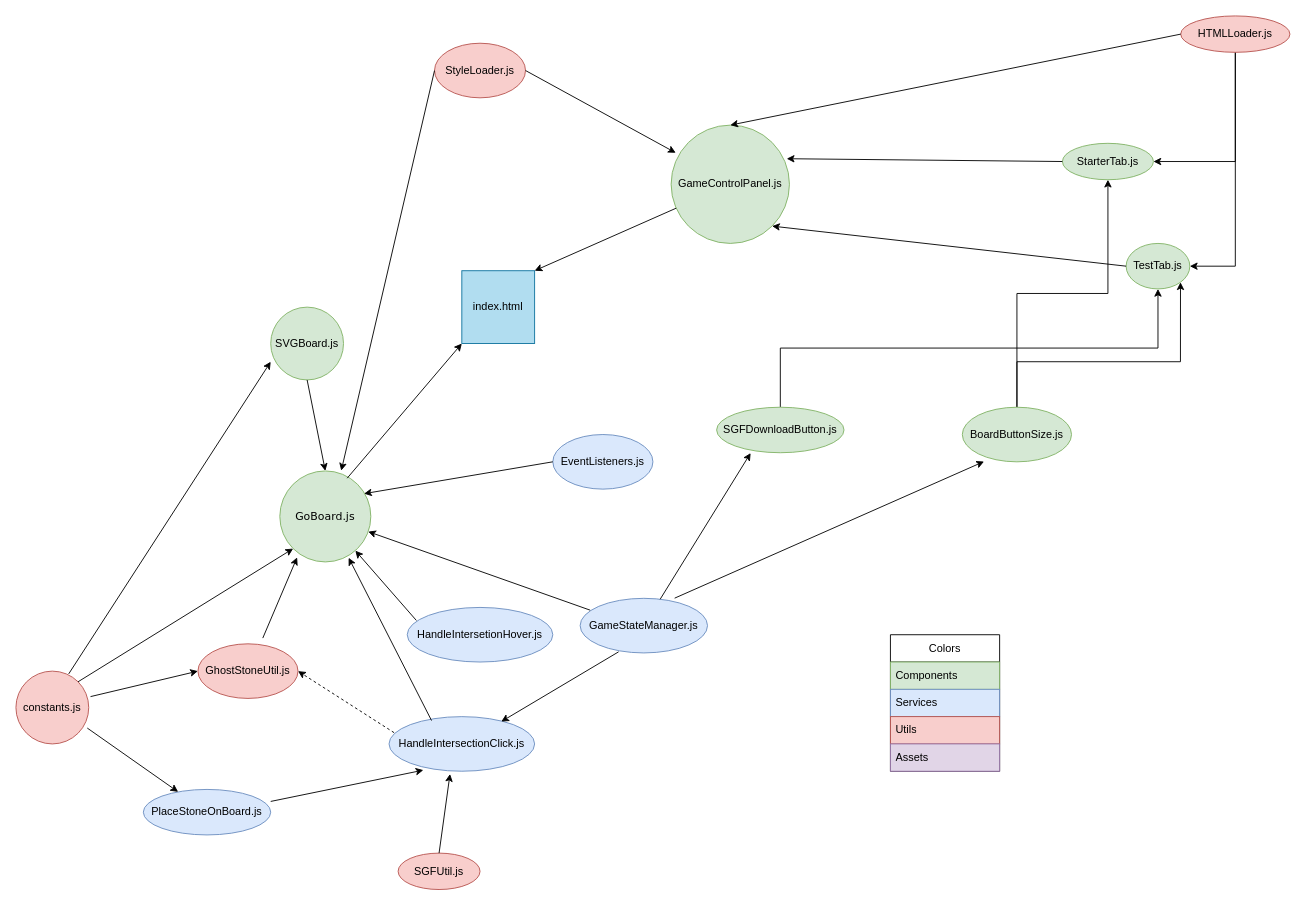
Above: WebGo.drawio in enokiLucas/Diagrams (draw.io), before the change. Source tidied: cells renumbered, new cells numbered last; positions are measured from the earlier drawing's top-left corner, leaving out a move shared by most shapes. Both pictures are drawn from the tidied source at 91%, with x=0, y=0 at pixel (15, 15).
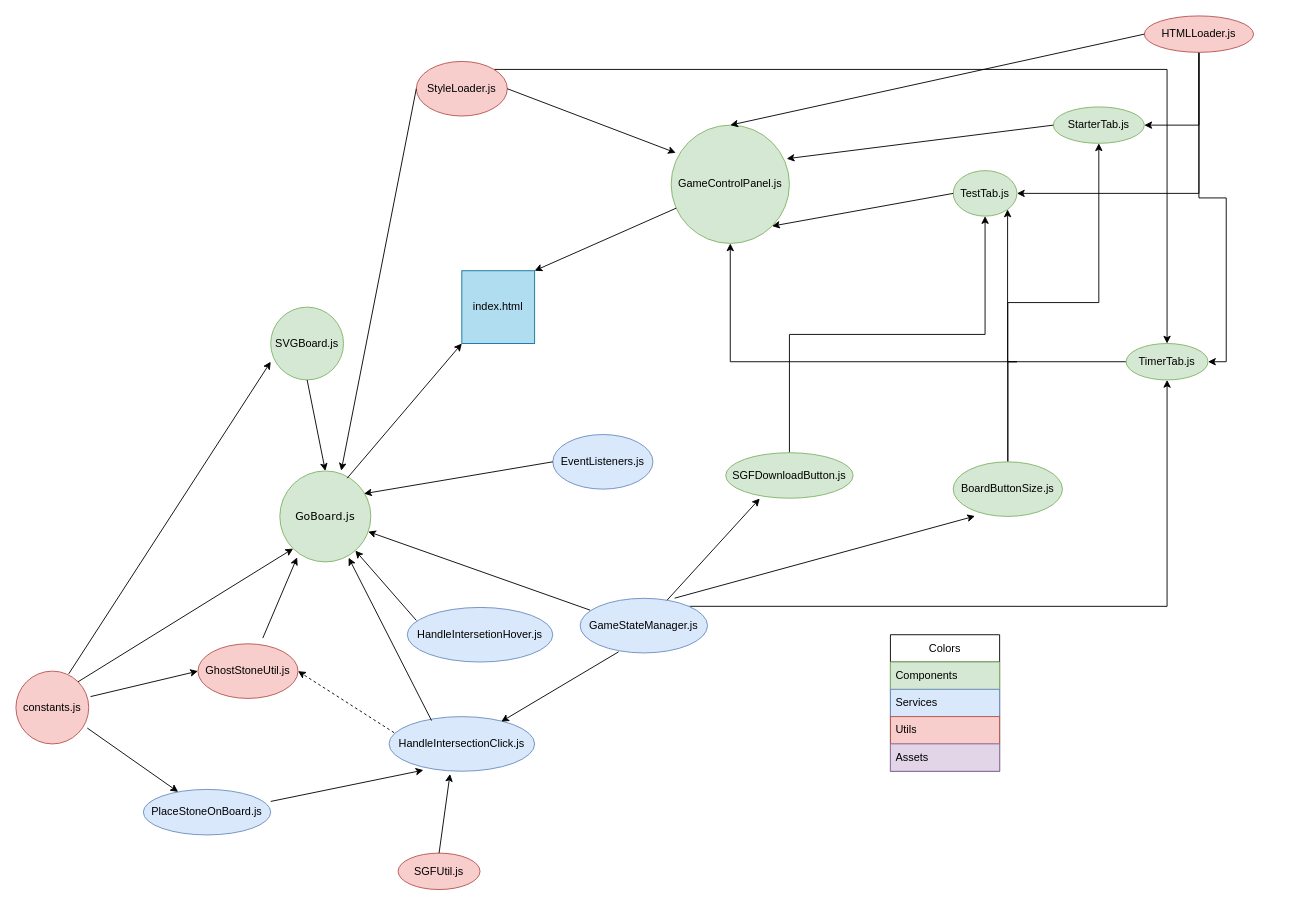
Above is the later version.

The change refers to these unchanged cells:
```xml
<mxCell id="26" value="GameStateManager.js" style="ellipse;whiteSpace=wrap;html=1;fillColor=#dae8fc;strokeColor=#6c8ebf;" parent="1" vertex="1">
  <mxGeometry x="620" y="640" width="140" height="60" as="geometry" />
</mxCell>
<mxCell id="42" value="GameControlPanel.js" style="ellipse;whiteSpace=wrap;html=1;fillColor=#d5e8d4;strokeColor=#82b366;" parent="1" vertex="1">
  <mxGeometry x="720" y="120" width="130" height="130" as="geometry" />
</mxCell>
```

The edit, as a diff of the source:
```diff
@@
     <mxCell id="15" value="BoardButtonSize.js" style="ellipse;whiteSpace=wrap;html=1;fillColor=#d5e8d4;strokeColor=#82b366;" parent="1" vertex="1">
-      <mxGeometry x="1040" y="430" width="120" height="60" as="geometry" />
+      <mxGeometry x="1030" y="490" width="120" height="60" as="geometry" />
     </mxCell>
+    <mxCell id="53" style="edgeStyle=orthogonalEdgeStyle;rounded=0;jettySize=auto;html=1;exitX=1;exitY=0;exitDx=0;exitDy=0;" parent="1" edge="1" source="16" target="57">
+      <mxGeometry relative="1" as="geometry" />
+    </mxCell>
     <mxCell id="16" value="StyleLoader.js" style="ellipse;whiteSpace=wrap;html=1;fillColor=#f8cecc;strokeColor=#b85450;" parent="1" vertex="1">
-      <mxGeometry x="460" y="30" width="100" height="60" as="geometry" />
+      <mxGeometry x="440" y="50" width="100" height="60" as="geometry" />
     </mxCell>
@@
+    <mxCell id="54" style="edgeStyle=orthogonalEdgeStyle;rounded=0;jettySize=auto;html=1;exitX=1;exitY=0;exitDx=0;exitDy=0;" parent="1" edge="1" source="26" target="57">
+      <mxGeometry relative="1" as="geometry" />
+    </mxCell>
@@
     <mxCell id="39" value="SGFDownloadButton.js" style="ellipse;whiteSpace=wrap;html=1;fillColor=#d5e8d4;strokeColor=#82b366;" parent="1" vertex="1">
-      <mxGeometry x="770" y="430" width="140" height="50" as="geometry" />
+      <mxGeometry x="780" y="480" width="140" height="50" as="geometry" />
     </mxCell>
@@
     <mxCell id="41" value="TestTab.js" style="ellipse;whiteSpace=wrap;html=1;fillColor=#d5e8d4;strokeColor=#82b366;" parent="1" vertex="1">
-      <mxGeometry x="1220" y="250" width="70" height="50" as="geometry" />
+      <mxGeometry x="1030" y="170" width="70" height="50" as="geometry" />
     </mxCell>
@@
+    <mxCell id="55" style="edgeStyle=orthogonalEdgeStyle;rounded=0;jettySize=auto;html=1;exitX=0.5;exitY=1;exitDx=0;exitDy=0;entryX=1;entryY=0.5;entryDx=0;entryDy=0;" parent="1" edge="1" source="46" target="57">
+      <mxGeometry relative="1" as="geometry" />
+    </mxCell>
     <mxCell id="46" value="HTMLLoader.js" style="ellipse;whiteSpace=wrap;html=1;fillColor=#f8cecc;strokeColor=#b85450;" parent="1" vertex="1">
-      <mxGeometry x="1280" width="120" height="40" as="geometry" />
+      <mxGeometry x="1240" width="120" height="40" as="geometry" />
     </mxCell>
@@
     <mxCell id="49" value="StarterTab.js" style="ellipse;whiteSpace=wrap;html=1;fillColor=#d5e8d4;strokeColor=#82b366;" parent="1" vertex="1">
-      <mxGeometry x="1150" y="140" width="100" height="40" as="geometry" />
+      <mxGeometry x="1140" y="100" width="100" height="40" as="geometry" />
     </mxCell>
@@
+    <mxCell id="56" style="edgeStyle=orthogonalEdgeStyle;rounded=0;jettySize=auto;html=1;exitX=0;exitY=0.5;exitDx=0;exitDy=0;entryX=0.5;entryY=1;entryDx=0;entryDy=0;" parent="1" edge="1" source="57" target="42">
+      <mxGeometry relative="1" as="geometry" />
+    </mxCell>
+    <mxCell id="57" value="TimerTab.js" style="ellipse;whiteSpace=wrap;html=1;fillColor=#d5e8d4;strokeColor=#82b366;" parent="1" vertex="1">
+      <mxGeometry x="1220" y="360" width="90" height="40" as="geometry" />
+    </mxCell>
```
